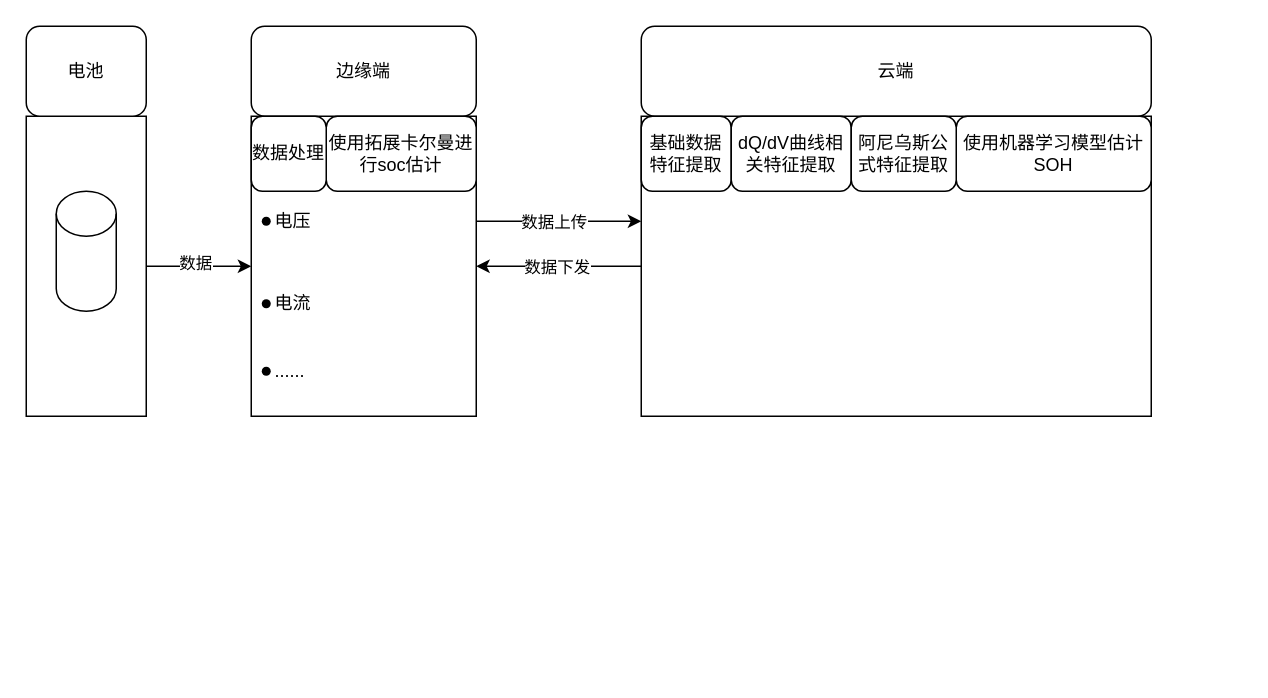
Before: 边缘融合.drawio in Quinnsx/draw.io, a draw.io diagram. Source tidied: cells renumbered, new cells numbered last; positions are measured from the earlier drawing's top-left corner, leaving out a move shared by most shapes. Both pictures are drawn from the tidied source at 150%, with x=0, y=0 at pixel (26, 26). Pictures stored in the file or linked from it are replaced by grey dashed boxes.
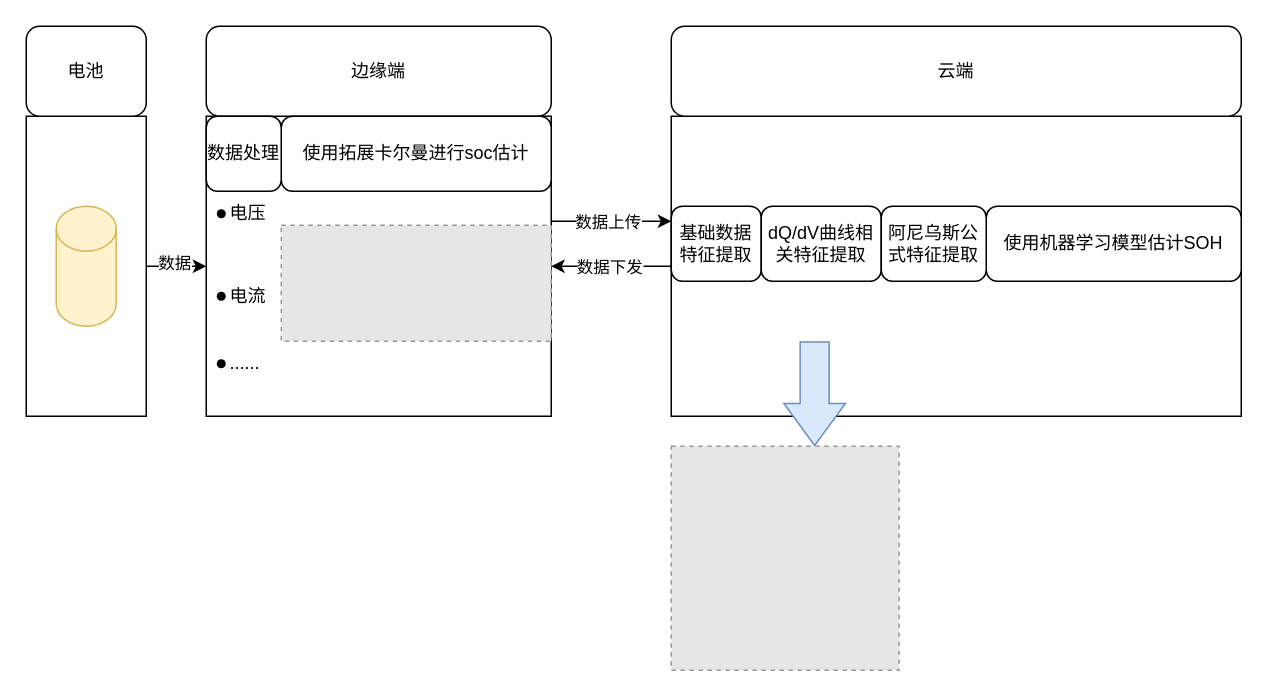
The same page after the edit.

Commit message (it also covers changes not shown here):
更新边缘融合.drawio

Diff of the diagram source:
```diff
@@
     <mxCell id="7" style="rounded=0;whiteSpace=wrap;html=1;" parent="1" vertex="1">
-      <mxGeometry x="150" y="60" width="150" height="200" as="geometry" />
+      <mxGeometry x="120" y="60" width="230" height="200" as="geometry" />
     </mxCell>
     <mxCell id="8" value="边缘端" style="rounded=1;whiteSpace=wrap;html=1;" parent="1" vertex="1">
-      <mxGeometry x="150" width="150" height="60" as="geometry" />
+      <mxGeometry x="120" width="230" height="60" as="geometry" />
     </mxCell>
@@
     <mxCell id="12" style="rounded=0;whiteSpace=wrap;html=1;" parent="1" vertex="1">
-      <mxGeometry x="410" y="60" width="340" height="200" as="geometry" />
+      <mxGeometry x="430" y="60" width="380" height="200" as="geometry" />
     </mxCell>
     <mxCell id="13" value="云端" style="rounded=1;whiteSpace=wrap;html=1;" parent="1" vertex="1">
-      <mxGeometry x="410" width="340" height="60" as="geometry" />
+      <mxGeometry x="430" width="380" height="60" as="geometry" />
     </mxCell>
     <mxCell id="14" value="使用拓展卡尔曼进行soc估计" style="rounded=1;whiteSpace=wrap;html=1;" parent="1" vertex="1">
-      <mxGeometry x="200" y="60" width="100" height="50" as="geometry" />
+      <mxGeometry x="170" y="60" width="180" height="50" as="geometry" />
     </mxCell>
     <mxCell id="15" value="使用机器学习模型估计SOH" style="rounded=1;whiteSpace=wrap;html=1;" parent="1" vertex="1">
-      <mxGeometry x="620" y="60" width="130" height="50" as="geometry" />
+      <mxGeometry x="640" y="120" width="170" height="50" as="geometry" />
     </mxCell>
     <mxCell id="16" value="基础数据特征提取" style="rounded=1;whiteSpace=wrap;html=1;" parent="1" vertex="1">
-      <mxGeometry x="410" y="60" width="60" height="50" as="geometry" />
+      <mxGeometry x="430" y="120" width="60" height="50" as="geometry" />
     </mxCell>
     <mxCell id="17" value="dQ/dV曲线相关特征提取" style="rounded=1;whiteSpace=wrap;html=1;" parent="1" vertex="1">
-      <mxGeometry x="470" y="60" width="80" height="50" as="geometry" />
+      <mxGeometry x="490" y="120" width="80" height="50" as="geometry" />
     </mxCell>
     <mxCell id="18" value="阿尼乌斯公式特征提取" style="rounded=1;whiteSpace=wrap;html=1;" parent="1" vertex="1">
-      <mxGeometry x="550" y="60" width="70" height="50" as="geometry" />
+      <mxGeometry x="570" y="120" width="70" height="50" as="geometry" />
     </mxCell>
     <mxCell id="19" value="数据处理" style="rounded=1;whiteSpace=wrap;html=1;" parent="1" vertex="1">
-      <mxGeometry x="150" y="60" width="50" height="50" as="geometry" />
+      <mxGeometry x="120" y="60" width="50" height="50" as="geometry" />
     </mxCell>
     <mxCell id="20" style="shape=waypoint;sketch=0;fillStyle=solid;size=6;fillColor=none;perimeter=centerPerimeter;" parent="1" vertex="1">
-      <mxGeometry x="150" y="120" width="20" height="20" as="geometry" />
+      <mxGeometry x="120" y="115" width="20" height="20" as="geometry" />
     </mxCell>
     <mxCell id="21" value="......" style="text;strokeColor=none;fillColor=none;align=left;verticalAlign=middle;spacingLeft=4;spacingRight=4;overflow=hidden;whiteSpace=wrap;html=1;" parent="1" vertex="1">
-      <mxGeometry x="160" y="215" width="80" height="30" as="geometry" />
+      <mxGeometry x="130" y="210" width="30" height="30" as="geometry" />
     </mxCell>
     <mxCell id="22" value="电压" style="text;strokeColor=none;fillColor=none;align=left;verticalAlign=middle;spacingLeft=4;spacingRight=4;overflow=hidden;whiteSpace=wrap;html=1;" parent="1" vertex="1">
-      <mxGeometry x="160" y="115" width="40" height="30" as="geometry" />
+      <mxGeometry x="130" y="110" width="40" height="30" as="geometry" />
     </mxCell>
     <mxCell id="23" value="电流" style="text;strokeColor=none;fillColor=none;align=left;verticalAlign=middle;spacingLeft=4;spacingRight=4;overflow=hidden;whiteSpace=wrap;html=1;" parent="1" vertex="1">
-      <mxGeometry x="160" y="170" width="40" height="30" as="geometry" />
+      <mxGeometry x="130" y="165" width="40" height="30" as="geometry" />
     </mxCell>
     <mxCell id="24" style="shape=waypoint;sketch=0;fillStyle=solid;size=6;fillColor=none;perimeter=centerPerimeter;" parent="1" vertex="1">
-      <mxGeometry x="150" y="175" width="20" height="20" as="geometry" />
+      <mxGeometry x="120" y="170" width="20" height="20" as="geometry" />
     </mxCell>
     <mxCell id="25" style="shape=waypoint;sketch=0;fillStyle=solid;size=6;fillColor=none;perimeter=centerPerimeter;" parent="1" vertex="1">
-      <mxGeometry x="150" y="220" width="20" height="20" as="geometry" />
+      <mxGeometry x="120" y="215" width="20" height="20" as="geometry" />
     </mxCell>
-    <mxCell id="26" style="shape=cylinder3;whiteSpace=wrap;html=1;boundedLbl=1;backgroundOutline=1;size=15;" parent="1" vertex="1">
-      <mxGeometry x="20" y="110" width="40" height="80" as="geometry" />
+    <mxCell id="26" style="shape=cylinder3;whiteSpace=wrap;html=1;boundedLbl=1;backgroundOutline=1;size=15;fillColor=#fff2cc;strokeColor=#d6b656;" parent="1" vertex="1">
+      <mxGeometry x="20" y="120" width="40" height="80" as="geometry" />
     </mxCell>
+    <mxCell id="27" style="fillColor=#E6E6E6;strokeColor=#999999;dashed=1;verticalLabelPosition=bottom;labelBackgroundColor=default;verticalAlign=top;" parent="1" vertex="1">
+      <mxGeometry x="170" y="132.7" width="180" height="77.3" as="geometry" />
+    </mxCell>
+    <mxCell id="28" style="fillColor=#E6E6E6;strokeColor=#999999;dashed=1;verticalLabelPosition=bottom;labelBackgroundColor=default;verticalAlign=top;" parent="1" vertex="1">
+      <mxGeometry x="430" y="280" width="151.9" height="149.3" as="geometry" />
+    </mxCell>
+    <mxCell id="29" style="shape=flexArrow;endArrow=classic;html=1;rounded=0;endWidth=20.689655172413794;width=19.310344827586206;endSize=9.013793103448277;fillColor=#dae8fc;strokeColor=#6c8ebf;" parent="1" edge="1">
+      <mxGeometry relative="1" as="geometry">
+        <mxPoint x="525.6" y="210" as="sourcePoint" />
+        <mxPoint x="525.6" y="280" as="targetPoint" />
+      </mxGeometry>
+    </mxCell>
```
